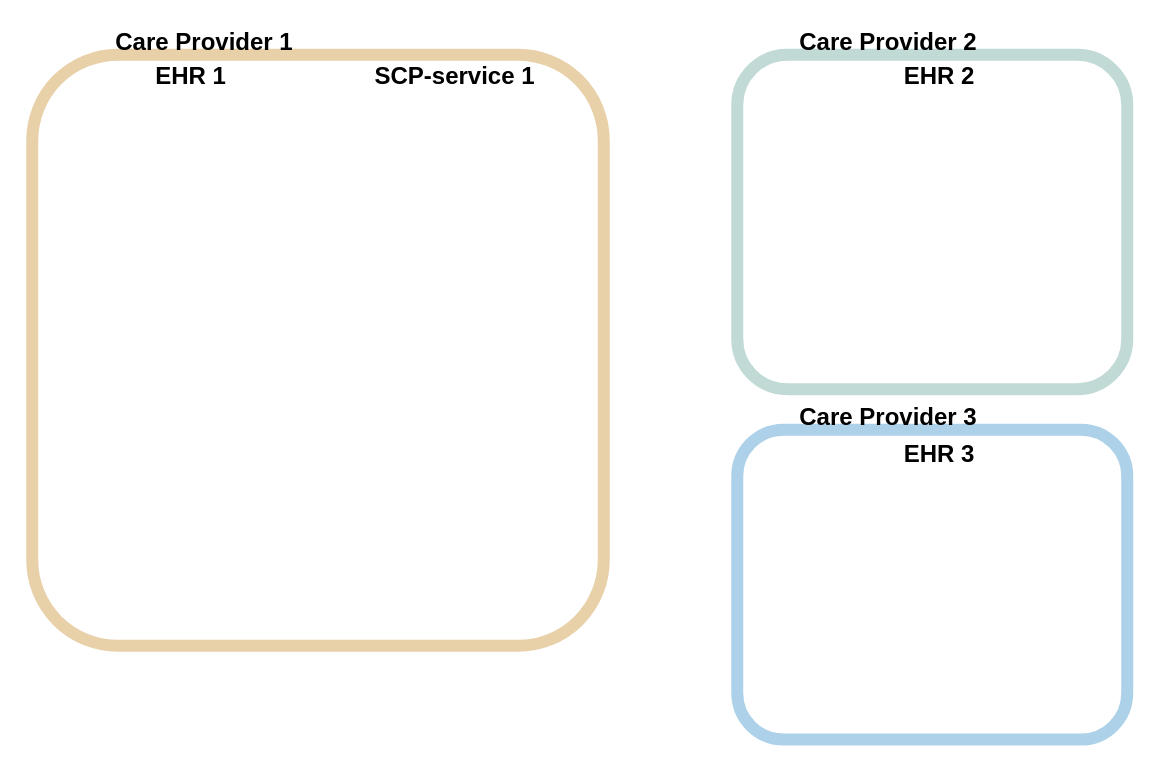
This is page "backgr1-2-3" (20 of 20) of input/images-source/transactions-tasks-data-entities-ura-tags.drawio from SanteonNL/shared-care-planning, a draw.io file, before an edit. Source tidied: cells renumbered, new cells numbered last; positions are measured from the earlier drawing's top-left corner, leaving out a move shared by most shapes. Both pictures are drawn from the tidied source at 150%, with x=0, y=0 at pixel (32, 28).
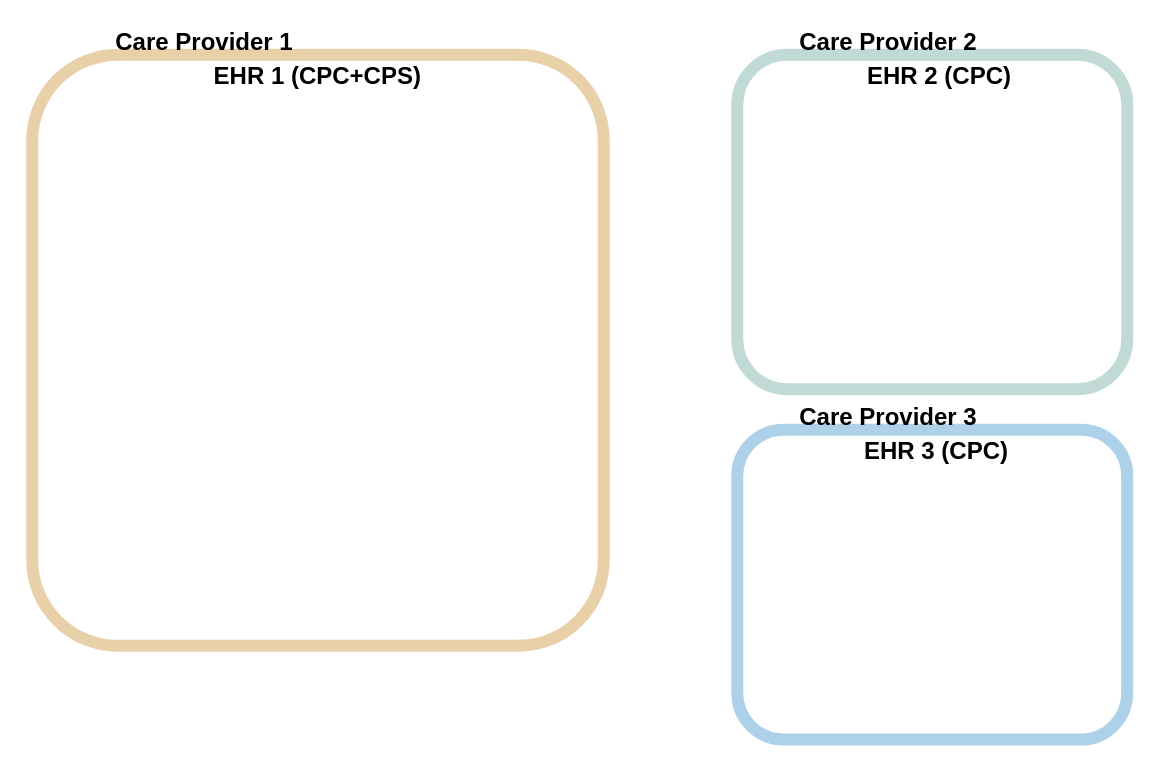
Above is the later version.

Change to the diagram source:
```diff
@@
 <mxGraphModel>
   <root>
     <mxCell id="0" />
     <mxCell id="1" parent="0" />
     <mxCell id="2" style="rounded=1;whiteSpace=wrap;html=1;fillColor=none;strokeColor=#acd1e9;strokeWidth=8;" parent="1" vertex="1">
       <mxGeometry x="470" y="267" width="260" height="206.5" as="geometry" />
     </mxCell>
     <mxCell id="3" value="&lt;span style=&quot;font-size: 16px;&quot;&gt;&lt;b style=&quot;font-size: 16px;&quot;&gt;Care Provider 3&lt;/b&gt;&lt;/span&gt;" style="rounded=0;whiteSpace=wrap;html=1;verticalAlign=middle;spacingTop=0;fillColor=none;strokeColor=none;fontSize=16;spacing=0;" parent="1" vertex="1">
       <mxGeometry x="506" y="250" width="130" height="15" as="geometry" />
     </mxCell>
-    <mxCell id="4" value="&lt;span style=&quot;font-size: 16px;&quot;&gt;&lt;b style=&quot;font-size: 16px;&quot;&gt;EHR 3&lt;/b&gt;&lt;/span&gt;" style="rounded=0;whiteSpace=wrap;html=1;verticalAlign=middle;spacingTop=0;fillColor=none;strokeColor=none;fontSize=16;spacing=0;" parent="1" vertex="1">
-      <mxGeometry x="540" y="275.5" width="130" height="15" as="geometry" />
-    </mxCell>
     <mxCell id="5" style="rounded=1;whiteSpace=wrap;html=1;fillColor=none;strokeColor=#E8D0A9;strokeWidth=8;" parent="1" vertex="1">
       <mxGeometry y="17" width="381" height="394" as="geometry" />
     </mxCell>
     <mxCell id="6" style="rounded=1;whiteSpace=wrap;html=1;fillColor=none;strokeColor=#c1dad6;strokeWidth=8;" parent="1" vertex="1">
       <mxGeometry x="470" y="17" width="260" height="223" as="geometry" />
     </mxCell>
     <mxCell id="7" value="&lt;span style=&quot;font-size: 16px;&quot;&gt;&lt;b style=&quot;font-size: 16px;&quot;&gt;Care Provider 1&lt;/b&gt;&lt;/span&gt;" style="rounded=0;whiteSpace=wrap;html=1;verticalAlign=middle;spacingTop=0;fillColor=none;strokeColor=none;fontSize=16;spacing=0;" parent="1" vertex="1">
       <mxGeometry x="50" width="130" height="15" as="geometry" />
     </mxCell>
     <mxCell id="8" value="&lt;span style=&quot;font-size: 16px;&quot;&gt;&lt;b style=&quot;font-size: 16px;&quot;&gt;Care Provider 2&lt;/b&gt;&lt;/span&gt;" style="rounded=0;whiteSpace=wrap;html=1;verticalAlign=middle;spacingTop=0;fillColor=none;strokeColor=none;fontSize=16;spacing=0;" parent="1" vertex="1">
       <mxGeometry x="506" width="130" height="15" as="geometry" />
     </mxCell>
-    <mxCell id="9" value="&lt;span style=&quot;font-size: 16px;&quot;&gt;&lt;b style=&quot;font-size: 16px;&quot;&gt;SCP-service 1&lt;/b&gt;&lt;/span&gt;" style="rounded=0;whiteSpace=wrap;html=1;verticalAlign=middle;spacingTop=0;fillColor=none;strokeColor=none;fontSize=16;spacing=0;" parent="1" vertex="1">
-      <mxGeometry x="217" y="23" width="130" height="15" as="geometry" />
-    </mxCell>
-    <mxCell id="10" value="&lt;span style=&quot;font-size: 16px;&quot;&gt;&lt;b style=&quot;font-size: 16px;&quot;&gt;EHR 1&lt;/b&gt;&lt;/span&gt;" style="rounded=0;whiteSpace=wrap;html=1;verticalAlign=middle;spacingTop=0;fillColor=none;strokeColor=none;fontSize=16;spacing=0;" parent="1" vertex="1">
-      <mxGeometry x="41" y="23" width="130" height="15" as="geometry" />
-    </mxCell>
-    <mxCell id="11" value="&lt;span style=&quot;font-size: 16px;&quot;&gt;&lt;b style=&quot;font-size: 16px;&quot;&gt;EHR 2&lt;/b&gt;&lt;/span&gt;" style="rounded=0;whiteSpace=wrap;html=1;verticalAlign=middle;spacingTop=0;fillColor=none;strokeColor=none;fontSize=16;spacing=0;" parent="1" vertex="1">
-      <mxGeometry x="540" y="23" width="130" height="15" as="geometry" />
-    </mxCell>
+    <mxCell id="12" value="&lt;span style=&quot;font-size: 16px;&quot;&gt;&lt;b style=&quot;font-size: 16px;&quot;&gt;EHR 1 (CPC+CPS)&lt;/b&gt;&lt;/span&gt;" style="rounded=0;whiteSpace=wrap;html=1;verticalAlign=middle;spacingTop=0;fillColor=none;strokeColor=none;fontSize=16;spacing=0;" parent="1" vertex="1">
+      <mxGeometry x="96" y="23" width="189" height="15" as="geometry" />
+    </mxCell>
+    <mxCell id="13" value="&lt;span style=&quot;font-size: 16px;&quot;&gt;&lt;b style=&quot;font-size: 16px;&quot;&gt;EHR 2 (CPC)&lt;/b&gt;&lt;/span&gt;" style="rounded=0;whiteSpace=wrap;html=1;verticalAlign=middle;spacingTop=0;fillColor=none;strokeColor=none;fontSize=16;spacing=0;" parent="1" vertex="1">
+      <mxGeometry x="540" y="23" width="130" height="15" as="geometry" />
+    </mxCell>
+    <mxCell id="14" value="&lt;span style=&quot;font-size: 16px;&quot;&gt;&lt;b style=&quot;font-size: 16px;&quot;&gt;EHR 3 (CPC)&lt;/b&gt;&lt;/span&gt;" style="rounded=0;whiteSpace=wrap;html=1;verticalAlign=middle;spacingTop=0;fillColor=none;strokeColor=none;fontSize=16;spacing=0;" parent="1" vertex="1">
+      <mxGeometry x="538" y="273" width="130" height="15" as="geometry" />
+    </mxCell>
   </root>
 </mxGraphModel>
```
